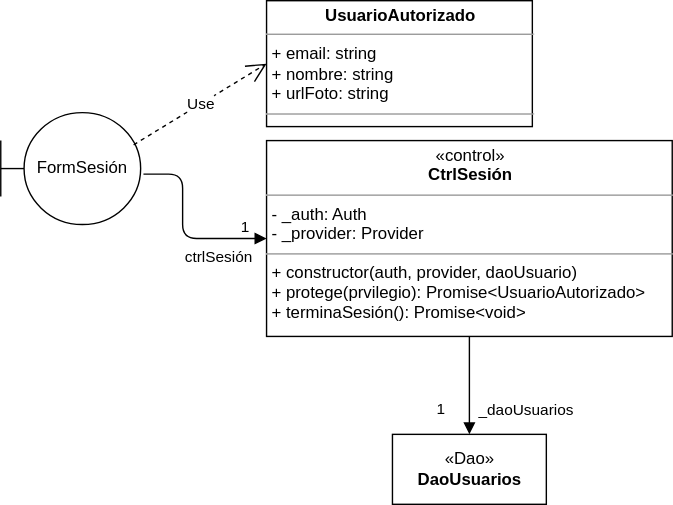
Before: img/seguridad.svg, a diagram exported from draw.io (gilpgprap/gilpgprap.github.io). Source tidied: cells renumbered, new cells last; positions are measured from the earlier drawing's top-left corner, leaving out a move shared by most shapes. The source it was exported from:
```xml
<mxGraphModel>
  <root>
    <mxCell id="0" />
    <mxCell id="1" parent="0" />
    <mxCell id="2" value="FormSesión" style="shape=umlBoundary;whiteSpace=wrap;html=1;" parent="1" vertex="1">
      <mxGeometry y="80" width="100" height="80" as="geometry" />
    </mxCell>
    <mxCell id="3" value="&lt;p style=&quot;margin: 0px ; margin-top: 4px ; text-align: center&quot;&gt;&lt;b&gt;UsuarioAutorizado&lt;/b&gt;&lt;/p&gt;&lt;hr size=&quot;1&quot;&gt;&lt;p style=&quot;margin: 0px ; margin-left: 4px&quot;&gt;+ email: string&lt;br&gt;+ nombre: string&lt;/p&gt;&lt;p style=&quot;margin: 0px ; margin-left: 4px&quot;&gt;+ urlFoto: string&lt;/p&gt;&lt;hr size=&quot;1&quot;&gt;" style="verticalAlign=top;align=left;overflow=fill;fontSize=12;fontFamily=Helvetica;html=1;" parent="1" vertex="1">
      <mxGeometry x="190" width="190" height="90" as="geometry" />
    </mxCell>
    <mxCell id="4" value="&lt;p style=&quot;margin: 0px ; margin-top: 4px ; text-align: center&quot;&gt;«control»&lt;br&gt;&lt;b&gt;CtrlSesión&lt;/b&gt;&lt;/p&gt;&lt;hr size=&quot;1&quot;&gt;&lt;p style=&quot;margin: 0px ; margin-left: 4px&quot;&gt;- _auth: Auth&lt;br&gt;&lt;/p&gt;&lt;p style=&quot;margin: 0px ; margin-left: 4px&quot;&gt;- _provider: Provider&lt;/p&gt;&lt;hr size=&quot;1&quot;&gt;&lt;p style=&quot;margin: 0px ; margin-left: 4px&quot;&gt;+ constructor(auth, provider, daoUsuario)&lt;/p&gt;&lt;p style=&quot;margin: 0px ; margin-left: 4px&quot;&gt;+ protege(prvilegio): Promise&amp;lt;UsuarioAutorizado&amp;gt;&lt;/p&gt;&lt;p style=&quot;margin: 0px ; margin-left: 4px&quot;&gt;+ terminaSesión(): Promise&amp;lt;void&amp;gt;&lt;br&gt;&lt;/p&gt;" style="verticalAlign=top;align=left;overflow=fill;fontSize=12;fontFamily=Helvetica;html=1;" parent="1" vertex="1">
      <mxGeometry x="190" y="100" width="290" height="140" as="geometry" />
    </mxCell>
    <mxCell id="5" value="_daoUsuarios" style="endArrow=none;endFill=0;html=1;edgeStyle=orthogonalEdgeStyle;align=left;verticalAlign=top;exitX=0.5;exitY=0;exitDx=0;exitDy=0;startArrow=block;startFill=1;entryX=0.5;entryY=1;entryDx=0;entryDy=0;" parent="1" edge="1" source="10" target="4">
      <mxGeometry x="-0.14" y="-5" relative="1" as="geometry" />
    </mxCell>
    <mxCell id="6" value="1" style="edgeLabel;html=1;align=left;verticalAlign=bottom;" parent="5" vertex="1">
      <mxGeometry x="-1" relative="1" as="geometry">
        <mxPoint x="-25" y="-10" as="offset" />
      </mxGeometry>
    </mxCell>
    <mxCell id="7" value="ctrlSesión" style="endArrow=none;endFill=0;html=1;edgeStyle=orthogonalEdgeStyle;align=left;verticalAlign=top;entryX=1.02;entryY=0.55;entryDx=0;entryDy=0;entryPerimeter=0;exitX=0;exitY=0.5;exitDx=0;exitDy=0;startArrow=block;startFill=1;" parent="1" edge="1" source="4" target="2">
      <mxGeometry x="-0.1" relative="1" as="geometry">
        <Array as="points">
          <mxPoint x="130" y="170" />
          <mxPoint x="130" y="124" />
        </Array>
      </mxGeometry>
    </mxCell>
    <mxCell id="8" value="1" style="edgeLabel;html=1;align=left;verticalAlign=bottom;" parent="7" vertex="1">
      <mxGeometry x="-1" relative="1" as="geometry">
        <mxPoint x="-20" as="offset" />
      </mxGeometry>
    </mxCell>
    <mxCell id="9" value="Use" style="endArrow=open;endSize=12;dashed=1;html=1;exitX=0.95;exitY=0.288;exitDx=0;exitDy=0;exitPerimeter=0;entryX=0;entryY=0.5;entryDx=0;entryDy=0;" parent="1" edge="1" source="2" target="3">
      <mxGeometry relative="1" as="geometry" />
    </mxCell>
    <mxCell id="10" value="«Dao»&lt;br&gt;&lt;b&gt;DaoUsuarios&lt;/b&gt;" style="html=1;" parent="1" vertex="1">
      <mxGeometry x="280" y="310" width="110" height="50" as="geometry" />
    </mxCell>
  </root>
</mxGraphModel>
```
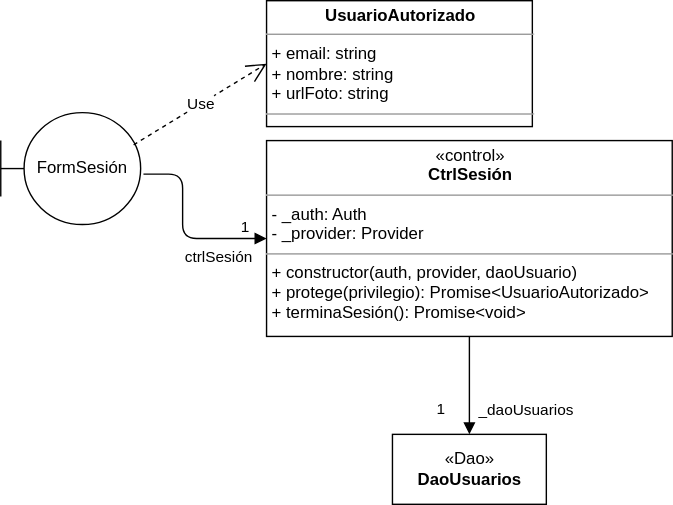
The same diagram one commit later.

What changed in the source:
```diff
@@ -8,7 +8,7 @@
     <mxCell id="3" value="&lt;p style=&quot;margin: 0px ; margin-top: 4px ; text-align: center&quot;&gt;&lt;b&gt;UsuarioAutorizado&lt;/b&gt;&lt;/p&gt;&lt;hr size=&quot;1&quot;&gt;&lt;p style=&quot;margin: 0px ; margin-left: 4px&quot;&gt;+ email: string&lt;br&gt;+ nombre: string&lt;/p&gt;&lt;p style=&quot;margin: 0px ; margin-left: 4px&quot;&gt;+ urlFoto: string&lt;/p&gt;&lt;hr size=&quot;1&quot;&gt;" style="verticalAlign=top;align=left;overflow=fill;fontSize=12;fontFamily=Helvetica;html=1;" parent="1" vertex="1">
       <mxGeometry x="190" width="190" height="90" as="geometry" />
     </mxCell>
-    <mxCell id="4" value="&lt;p style=&quot;margin: 0px ; margin-top: 4px ; text-align: center&quot;&gt;«control»&lt;br&gt;&lt;b&gt;CtrlSesión&lt;/b&gt;&lt;/p&gt;&lt;hr size=&quot;1&quot;&gt;&lt;p style=&quot;margin: 0px ; margin-left: 4px&quot;&gt;- _auth: Auth&lt;br&gt;&lt;/p&gt;&lt;p style=&quot;margin: 0px ; margin-left: 4px&quot;&gt;- _provider: Provider&lt;/p&gt;&lt;hr size=&quot;1&quot;&gt;&lt;p style=&quot;margin: 0px ; margin-left: 4px&quot;&gt;+ constructor(auth, provider, daoUsuario)&lt;/p&gt;&lt;p style=&quot;margin: 0px ; margin-left: 4px&quot;&gt;+ protege(prvilegio): Promise&amp;lt;UsuarioAutorizado&amp;gt;&lt;/p&gt;&lt;p style=&quot;margin: 0px ; margin-left: 4px&quot;&gt;+ terminaSesión(): Promise&amp;lt;void&amp;gt;&lt;br&gt;&lt;/p&gt;" style="verticalAlign=top;align=left;overflow=fill;fontSize=12;fontFamily=Helvetica;html=1;" parent="1" vertex="1">
+    <mxCell id="4" value="&lt;p style=&quot;margin: 0px ; margin-top: 4px ; text-align: center&quot;&gt;«control»&lt;br&gt;&lt;b&gt;CtrlSesión&lt;/b&gt;&lt;/p&gt;&lt;hr size=&quot;1&quot;&gt;&lt;p style=&quot;margin: 0px ; margin-left: 4px&quot;&gt;- _auth: Auth&lt;br&gt;&lt;/p&gt;&lt;p style=&quot;margin: 0px ; margin-left: 4px&quot;&gt;- _provider: Provider&lt;/p&gt;&lt;hr size=&quot;1&quot;&gt;&lt;p style=&quot;margin: 0px ; margin-left: 4px&quot;&gt;+ constructor(auth, provider, daoUsuario)&lt;/p&gt;&lt;p style=&quot;margin: 0px ; margin-left: 4px&quot;&gt;+ protege(privilegio): Promise&amp;lt;UsuarioAutorizado&amp;gt;&lt;/p&gt;&lt;p style=&quot;margin: 0px ; margin-left: 4px&quot;&gt;+ terminaSesión(): Promise&amp;lt;void&amp;gt;&lt;br&gt;&lt;/p&gt;" style="verticalAlign=top;align=left;overflow=fill;fontSize=12;fontFamily=Helvetica;html=1;" parent="1" vertex="1">
       <mxGeometry x="190" y="100" width="290" height="140" as="geometry" />
     </mxCell>
     <mxCell id="5" value="_daoUsuarios" style="endArrow=none;endFill=0;html=1;edgeStyle=orthogonalEdgeStyle;align=left;verticalAlign=top;exitX=0.5;exitY=0;exitDx=0;exitDy=0;startArrow=block;startFill=1;entryX=0.5;entryY=1;entryDx=0;entryDy=0;" parent="1" edge="1" source="10" target="4">
```
